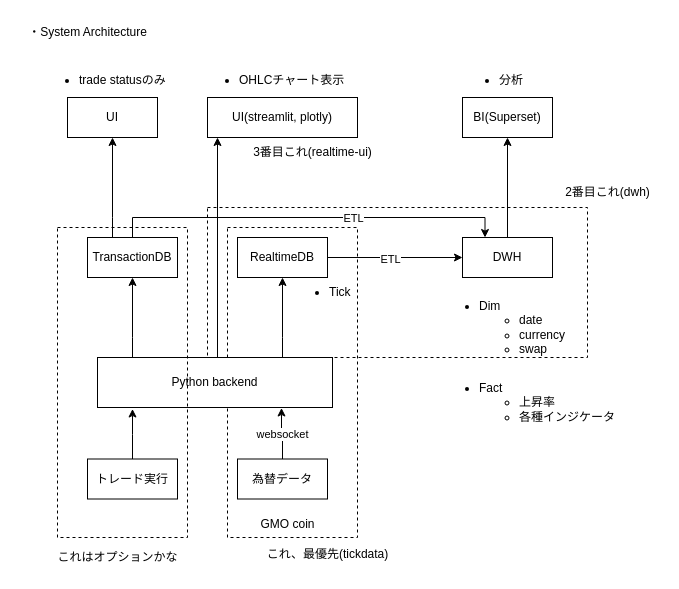
This is page "system architecture" (1 of 2) of docs/design.drawio from tker-78/trading-etl, a draw.io file, before an edit. Source tidied: cells renumbered, new cells numbered last; positions are measured from the earlier drawing's top-left corner, leaving out a move shared by most shapes. Both pictures are drawn from the tidied source at 100%, with x=0, y=0 at pixel (17, 17).
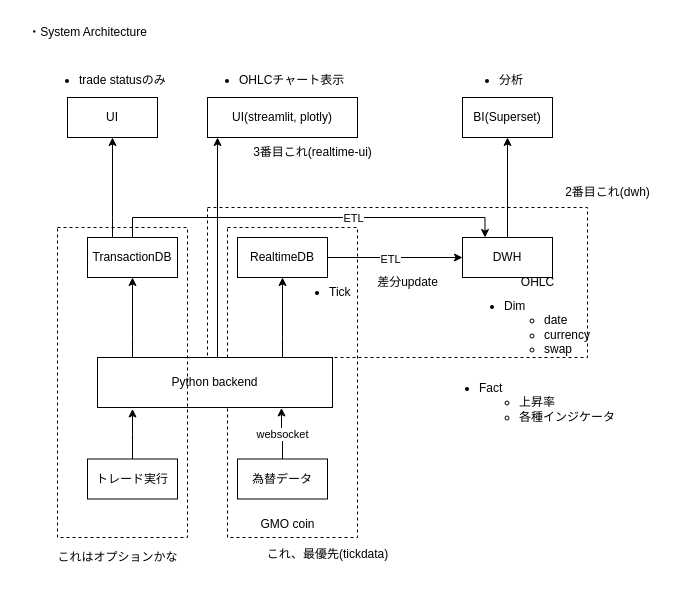
The same diagram, later.

Commit message (it also covers changes not shown here):
adding prefect flow for OHLC

The edit, as a diff of the source:
```diff
@@
     <mxCell id="18" value="&lt;ul&gt;&lt;li&gt;Dim&lt;/li&gt;&lt;ul&gt;&lt;li&gt;date&lt;/li&gt;&lt;li&gt;currency&lt;/li&gt;&lt;li&gt;swap&lt;/li&gt;&lt;/ul&gt;&lt;/ul&gt;" style="text;html=1;align=left;verticalAlign=middle;strokeColor=none;fillColor=none;" parent="1" vertex="1">
-      <mxGeometry x="420" y="260" width="150" height="100" as="geometry" />
+      <mxGeometry x="445" y="260" width="150" height="100" as="geometry" />
     </mxCell>
@@
+    <mxCell id="38" value="差分update" style="text;html=1;align=center;verticalAlign=middle;strokeColor=none;fillColor=none;" parent="1" vertex="1">
+      <mxGeometry x="350" y="250" width="80" height="30" as="geometry" />
+    </mxCell>
+    <mxCell id="39" value="OHLC" style="text;html=1;align=center;verticalAlign=middle;strokeColor=none;fillColor=none;" parent="1" vertex="1">
+      <mxGeometry x="490" y="250" width="60" height="30" as="geometry" />
+    </mxCell>
```
